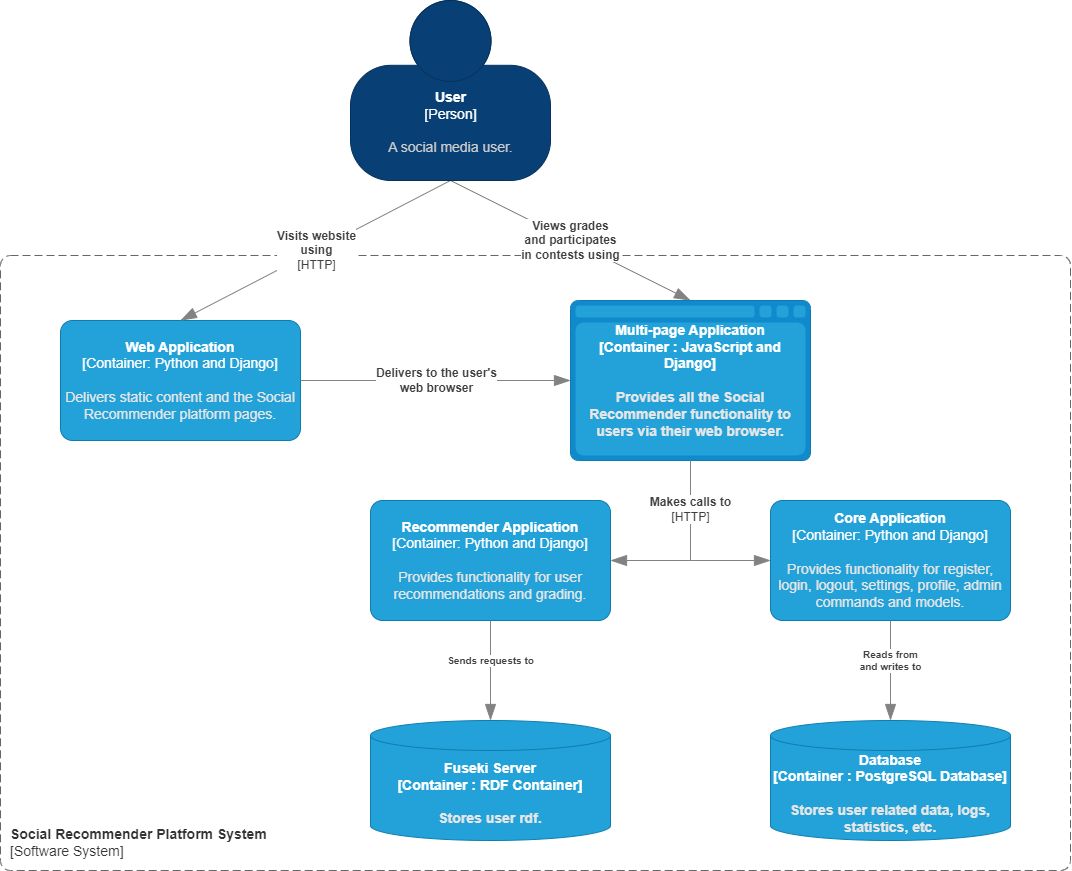
Before: docs/C2.png, a diagram exported from draw.io (Danie83/SoRe). Source tidied: cells renumbered, new cells last; positions are measured from the earlier drawing's top-left corner, leaving out a move shared by most shapes.
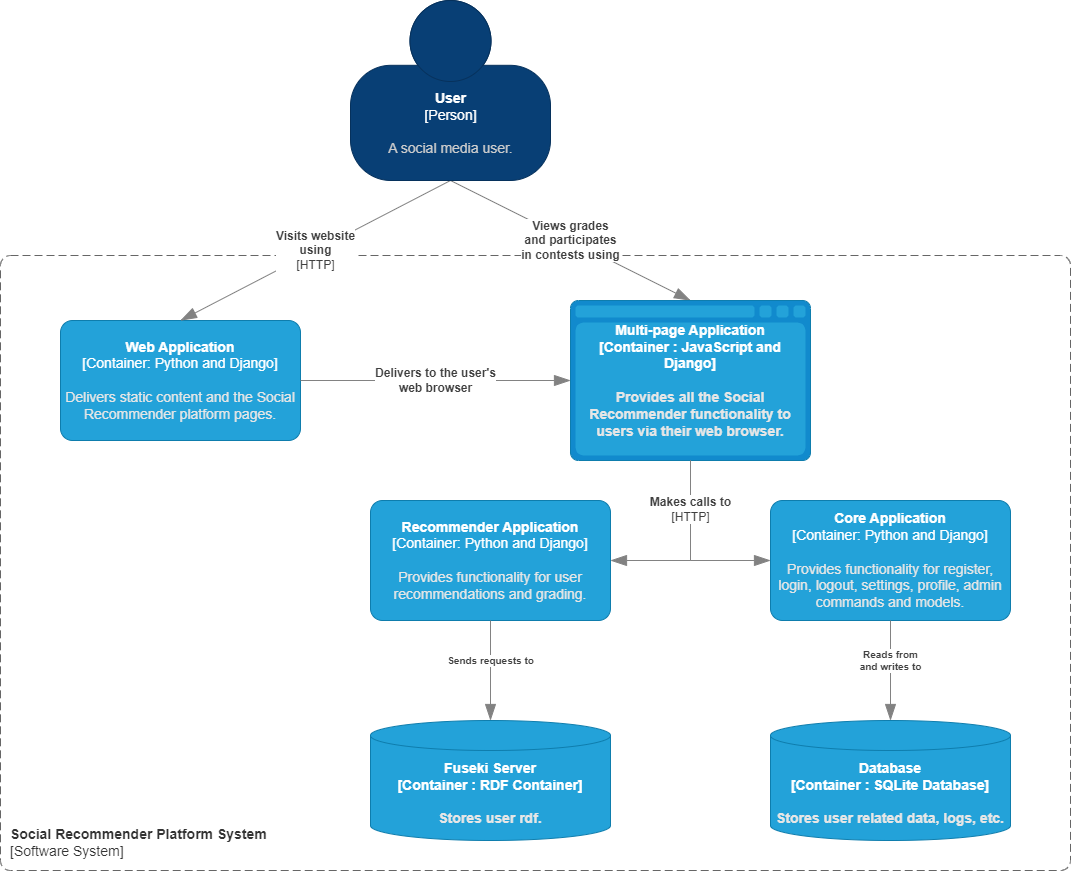
After the change.

Change to the diagram source:
```diff
@@ -7,7 +7,7 @@
         <mxGeometry y="255" width="1070" height="615" as="geometry" />
       </mxCell>
     </object>
-    <object id="3" label="&lt;font style=&quot;font-size: 14px;&quot;&gt;&lt;b style=&quot;font-size: 14px;&quot;&gt;%c4Type%&lt;/b&gt;&lt;/font&gt;&lt;div style=&quot;font-size: 14px;&quot;&gt;&lt;b style=&quot;font-size: 14px;&quot;&gt;[%c4Container%:&amp;nbsp;%c4Technology%]&lt;/b&gt;&lt;/div&gt;&lt;b style=&quot;font-size: 14px;&quot;&gt;&lt;br style=&quot;font-size: 14px;&quot;&gt;&lt;div style=&quot;font-size: 14px;&quot;&gt;&lt;font style=&quot;font-size: 14px;&quot;&gt;&lt;font color=&quot;#E6E6E6&quot; style=&quot;font-size: 14px;&quot;&gt;%c4Description%&lt;/font&gt;&lt;/font&gt;&lt;/div&gt;&lt;/b&gt;" c4Container="Container " c4Description="Stores user related data, logs, statistics, etc." c4Technology="PostgreSQL Database" c4Type="Database" placeholders="1">
+    <object id="3" label="&lt;font style=&quot;font-size: 14px;&quot;&gt;&lt;b style=&quot;font-size: 14px;&quot;&gt;%c4Type%&lt;/b&gt;&lt;/font&gt;&lt;div style=&quot;font-size: 14px;&quot;&gt;&lt;b style=&quot;font-size: 14px;&quot;&gt;[%c4Container%:&amp;nbsp;%c4Technology%]&lt;/b&gt;&lt;/div&gt;&lt;b style=&quot;font-size: 14px;&quot;&gt;&lt;br style=&quot;font-size: 14px;&quot;&gt;&lt;div style=&quot;font-size: 14px;&quot;&gt;&lt;font style=&quot;font-size: 14px;&quot;&gt;&lt;font color=&quot;#E6E6E6&quot; style=&quot;font-size: 14px;&quot;&gt;%c4Description%&lt;/font&gt;&lt;/font&gt;&lt;/div&gt;&lt;/b&gt;" c4Container="Container " c4Description="Stores user related data, logs, etc." c4Technology="SQLite Database" c4Type="Database" placeholders="1">
       <mxCell style="shape=cylinder3;size=15;whiteSpace=wrap;html=1;boundedLbl=1;rounded=0;labelBackgroundColor=none;fillColor=#23A2D9;fontSize=14;fontColor=#ffffff;align=center;strokeColor=#0E7DAD;points=[[0.5,0,0],[1,0.25,0],[1,0.5,0],[1,0.75,0],[0.5,1,0],[0,0.75,0],[0,0.5,0],[0,0.25,0]];" parent="1" vertex="1">
         <mxGeometry x="770" y="720" width="240" height="120" as="geometry" />
       </mxCell>
```
